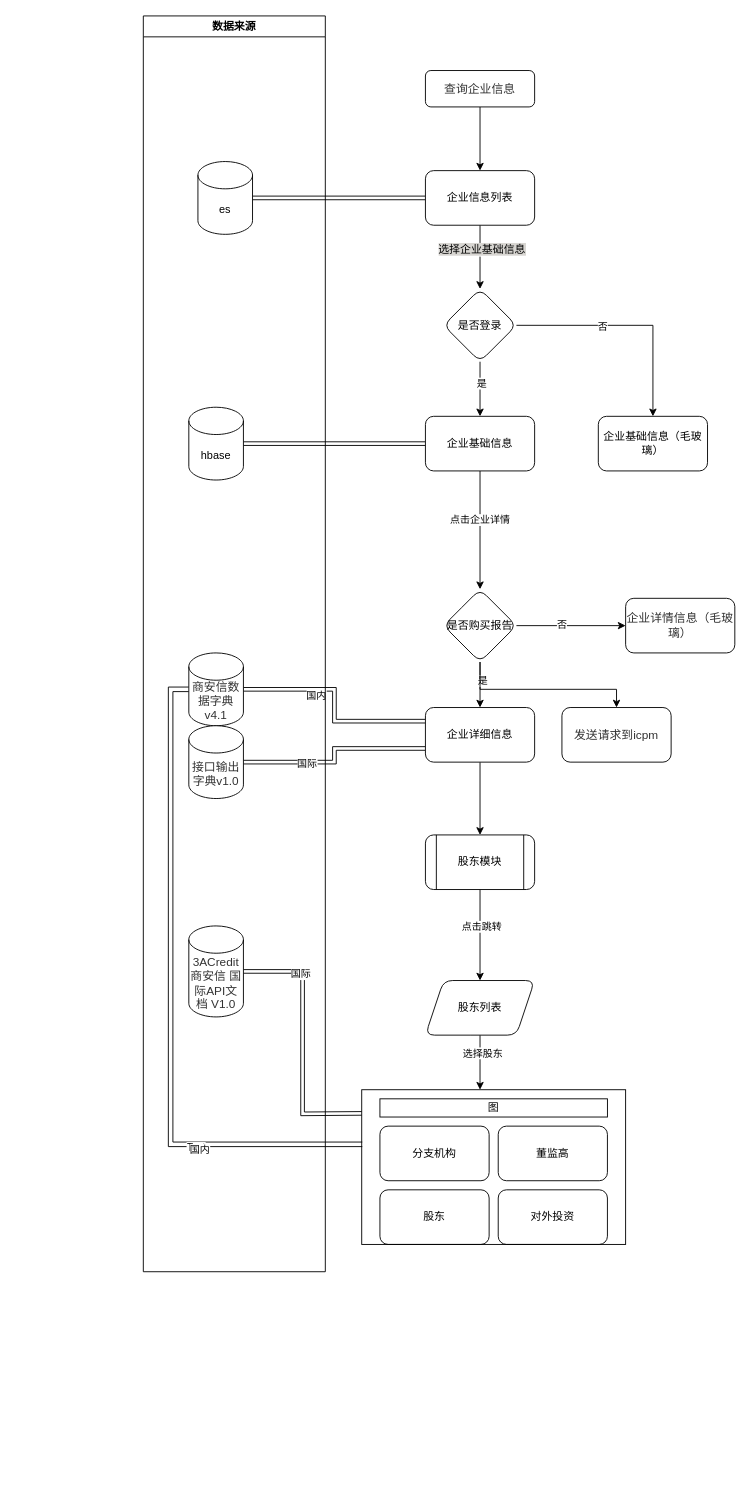
The draw.io diagram 全球鹰.drawio in lq460541033/draw_dev, before the edit. Source tidied: cells renumbered, new cells numbered last; positions are measured from the earlier drawing's top-left corner, leaving out a move shared by most shapes. Both pictures are drawn from the tidied source at 91%, with x=0, y=0 at pixel (143, 15).
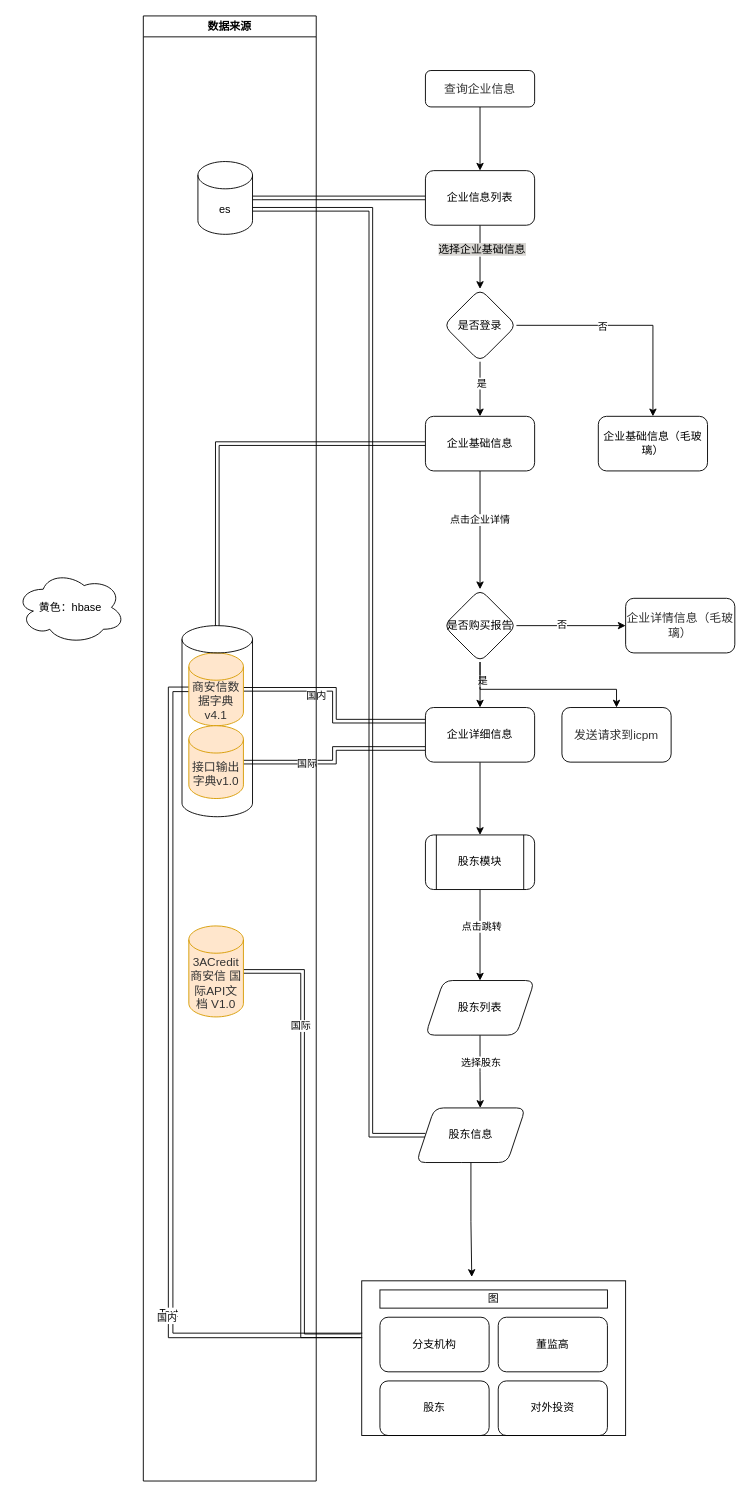
Above is the later version.

The change refers to these unchanged cells:
```xml
<mxCell id="16" value="企业基础信息" style="rounded=1;whiteSpace=wrap;html=1;" parent="1" vertex="1">
  <mxGeometry x="310" y="440" width="120" height="60" as="geometry" />
</mxCell>
<mxCell id="42" value="股东列表" style="shape=parallelogram;perimeter=parallelogramPerimeter;whiteSpace=wrap;html=1;fixedSize=1;rounded=1;" parent="1" vertex="1">
  <mxGeometry x="310" y="1060" width="120" height="60" as="geometry" />
</mxCell>
<mxCell id="50" value="es" style="shape=cylinder3;whiteSpace=wrap;html=1;boundedLbl=1;backgroundOutline=1;size=15;" parent="49" vertex="1">
  <mxGeometry x="60" y="160" width="60" height="80" as="geometry" />
</mxCell>
```

Diff of the diagram source:
```diff
@@
-    <mxCell id="15" style="edgeStyle=orthogonalEdgeStyle;shape=link;rounded=0;jettySize=auto;html=1;entryX=1;entryY=0.5;entryDx=0;entryDy=0;entryPerimeter=0;" parent="1" edge="1" source="16" target="51">
-      <mxGeometry relative="1" as="geometry" />
-    </mxCell>
+    <mxCell id="55" style="edgeStyle=orthogonalEdgeStyle;shape=link;rounded=0;jettySize=auto;html=1;entryX=0.5;entryY=0;entryDx=0;entryDy=0;entryPerimeter=0;" parent="1" edge="1" source="16" target="58">
+      <mxGeometry relative="1" as="geometry" />
+    </mxCell>
@@
-    <mxCell id="35" style="edgeStyle=orthogonalEdgeStyle;rounded=0;jettySize=auto;html=1;" parent="1" edge="1" source="42" target="47">
-      <mxGeometry relative="1" as="geometry">
-        <Array as="points">
-          <mxPoint x="370" y="1170" />
-          <mxPoint x="370" y="1170" />
-        </Array>
-      </mxGeometry>
-    </mxCell>
-    <mxCell id="36" value="选择股东" style="edgeLabel;html=1;align=center;verticalAlign=middle;" parent="35" vertex="1">
-      <mxGeometry x="-0.36" y="2" relative="1" as="geometry" />
-    </mxCell>
-    <mxCell id="37" style="edgeStyle=orthogonalEdgeStyle;shape=link;rounded=0;jettySize=auto;html=1;entryX=1;entryY=0.5;entryDx=0;entryDy=0;entryPerimeter=0;" parent="1" edge="1" target="54">
+    <mxCell id="37" style="edgeStyle=orthogonalEdgeStyle;shape=link;rounded=0;jettySize=auto;html=1;entryX=1;entryY=0.5;entryDx=0;entryDy=0;entryPerimeter=0;exitX=-0.004;exitY=0.355;exitDx=0;exitDy=0;exitPerimeter=0;" parent="1" edge="1" source="47" target="54">
       <mxGeometry relative="1" as="geometry">
-        <mxPoint x="240" y="1206" as="sourcePoint" />
+        <Array as="points">
+          <mxPoint x="175" y="1450" />
+          <mxPoint x="175" y="1050" />
+        </Array>
       </mxGeometry>
     </mxCell>
@@
+    <mxCell id="56" style="edgeStyle=orthogonalEdgeStyle;shape=link;rounded=0;jettySize=auto;html=1;entryX=1;entryY=0;entryDx=0;entryDy=52.5;entryPerimeter=0;exitX=0;exitY=0.5;exitDx=0;exitDy=0;" parent="1" edge="1" source="61" target="50">
+      <mxGeometry relative="1" as="geometry">
+        <Array as="points">
+          <mxPoint x="250" y="1230" />
+          <mxPoint x="250" y="213" />
+        </Array>
+      </mxGeometry>
+    </mxCell>
+    <mxCell id="57" style="edgeStyle=orthogonalEdgeStyle;rounded=0;jettySize=auto;html=1;entryX=0.585;entryY=0;entryDx=0;entryDy=0;entryPerimeter=0;" parent="1" edge="1" source="42" target="61">
+      <mxGeometry relative="1" as="geometry" />
+    </mxCell>
+    <mxCell id="36" value="选择股东" style="edgeLabel;html=1;align=center;verticalAlign=middle;" parent="57" vertex="1">
+      <mxGeometry x="-0.27" relative="1" as="geometry" />
+    </mxCell>
@@
     <mxCell id="43" value="股东" style="whiteSpace=wrap;html=1;rounded=1;" parent="1" vertex="1">
-      <mxGeometry x="260" y="1290" width="120" height="60" as="geometry" />
+      <mxGeometry x="260" y="1500" width="120" height="60" as="geometry" />
     </mxCell>
     <mxCell id="44" value="对外投资" style="whiteSpace=wrap;html=1;rounded=1;" parent="1" vertex="1">
-      <mxGeometry x="390" y="1290" width="120" height="60" as="geometry" />
+      <mxGeometry x="390" y="1500" width="120" height="60" as="geometry" />
     </mxCell>
     <mxCell id="45" value="董监高" style="whiteSpace=wrap;html=1;rounded=1;" parent="1" vertex="1">
-      <mxGeometry x="390" y="1220" width="120" height="60" as="geometry" />
+      <mxGeometry x="390" y="1430" width="120" height="60" as="geometry" />
     </mxCell>
     <mxCell id="46" value="分支机构" style="whiteSpace=wrap;html=1;rounded=1;" parent="1" vertex="1">
-      <mxGeometry x="260" y="1220" width="120" height="60" as="geometry" />
+      <mxGeometry x="260" y="1430" width="120" height="60" as="geometry" />
     </mxCell>
     <mxCell id="47" style="rounded=0;whiteSpace=wrap;html=1;textOpacity=0;labelPosition=left;verticalLabelPosition=top;align=right;verticalAlign=bottom;fillColor=none;" parent="1" vertex="1">
-      <mxGeometry x="240" y="1180" width="290" height="170" as="geometry" />
+      <mxGeometry x="240" y="1390" width="290" height="170" as="geometry" />
     </mxCell>
     <mxCell id="48" value="图" style="rounded=0;whiteSpace=wrap;html=1;" parent="1" vertex="1">
-      <mxGeometry x="260" y="1190" width="250" height="20" as="geometry" />
+      <mxGeometry x="260" y="1400" width="250" height="20" as="geometry" />
     </mxCell>
     <mxCell id="49" value="数据来源" style="swimlane;" parent="1" vertex="1">
-      <mxGeometry width="200" height="1380" as="geometry" />
+      <mxGeometry width="190" height="1610" as="geometry" />
     </mxCell>
@@
-    <mxCell id="51" value="hbase" style="shape=cylinder3;whiteSpace=wrap;html=1;boundedLbl=1;backgroundOutline=1;size=15;" parent="49" vertex="1">
-      <mxGeometry x="50" y="430" width="60" height="80" as="geometry" />
-    </mxCell>
-    <mxCell id="52" value="&lt;span style=&quot;color: rgb(50 , 50 , 50) ; font-size: 13px ; background-color: rgba(255 , 255 , 255 , 0.01)&quot;&gt;商安信数据字典v4.1&lt;/span&gt;" style="shape=cylinder3;whiteSpace=wrap;html=1;boundedLbl=1;backgroundOutline=1;size=15;" parent="49" vertex="1">
+    <mxCell id="52" value="&lt;span style=&quot;color: rgb(50 , 50 , 50) ; font-size: 13px ; background-color: rgba(255 , 255 , 255 , 0.01)&quot;&gt;商安信数据字典v4.1&lt;/span&gt;" style="shape=cylinder3;whiteSpace=wrap;html=1;boundedLbl=1;backgroundOutline=1;size=15;fillColor=#ffe6cc;strokeColor=#d79b00;" parent="49" vertex="1">
       <mxGeometry x="50" y="700" width="60" height="80" as="geometry" />
     </mxCell>
-    <mxCell id="53" value="&lt;span style=&quot;color: rgb(50 , 50 , 50) ; font-size: 13px ; background-color: rgba(255 , 255 , 255 , 0.01)&quot;&gt;接口输出字典v1.0&lt;/span&gt;" style="shape=cylinder3;whiteSpace=wrap;html=1;boundedLbl=1;backgroundOutline=1;size=15;" parent="49" vertex="1">
+    <mxCell id="53" value="&lt;span style=&quot;color: rgb(50 , 50 , 50) ; font-size: 13px ; background-color: rgba(255 , 255 , 255 , 0.01)&quot;&gt;接口输出字典v1.0&lt;/span&gt;" style="shape=cylinder3;whiteSpace=wrap;html=1;boundedLbl=1;backgroundOutline=1;size=15;fillColor=#ffe6cc;strokeColor=#d79b00;" parent="49" vertex="1">
       <mxGeometry x="50" y="780" width="60" height="80" as="geometry" />
     </mxCell>
-    <mxCell id="54" value="&lt;span style=&quot;color: rgb(50 , 50 , 50) ; font-size: 13px ; background-color: rgba(255 , 255 , 255 , 0.01)&quot;&gt;3ACredit商安信 国际API文档 V1.0&lt;/span&gt;" style="shape=cylinder3;whiteSpace=wrap;html=1;boundedLbl=1;backgroundOutline=1;size=15;" parent="49" vertex="1">
+    <mxCell id="54" value="&lt;span style=&quot;color: rgb(50 , 50 , 50) ; font-size: 13px ; background-color: rgba(255 , 255 , 255 , 0.01)&quot;&gt;3ACredit商安信 国际API文档 V1.0&lt;/span&gt;" style="shape=cylinder3;whiteSpace=wrap;html=1;boundedLbl=1;backgroundOutline=1;size=15;fillColor=#ffe6cc;strokeColor=#d79b00;" parent="49" vertex="1">
       <mxGeometry x="50" y="1000" width="60" height="100" as="geometry" />
     </mxCell>
+    <mxCell id="58" style="shape=cylinder3;whiteSpace=wrap;html=1;boundedLbl=1;backgroundOutline=1;size=15;fillColor=none;" parent="49" vertex="1">
+      <mxGeometry x="42.5" y="670" width="77.5" height="210" as="geometry" />
+    </mxCell>
+    <mxCell id="59" value="黄色：hbase" style="ellipse;shape=cloud;whiteSpace=wrap;html=1;fillColor=none;" parent="1" vertex="1">
+      <mxGeometry x="-140" y="610" width="120" height="80" as="geometry" />
+    </mxCell>
+    <mxCell id="60" style="edgeStyle=orthogonalEdgeStyle;rounded=0;jettySize=auto;html=1;entryX=0.417;entryY=-0.025;entryDx=0;entryDy=0;entryPerimeter=0;" parent="1" edge="1" source="61" target="47">
+      <mxGeometry relative="1" as="geometry" />
+    </mxCell>
+    <mxCell id="61" value="股东信息" style="shape=parallelogram;perimeter=parallelogramPerimeter;whiteSpace=wrap;html=1;fixedSize=1;rounded=1;" parent="1" vertex="1">
+      <mxGeometry x="300" y="1200" width="120" height="60" as="geometry" />
+    </mxCell>
```
